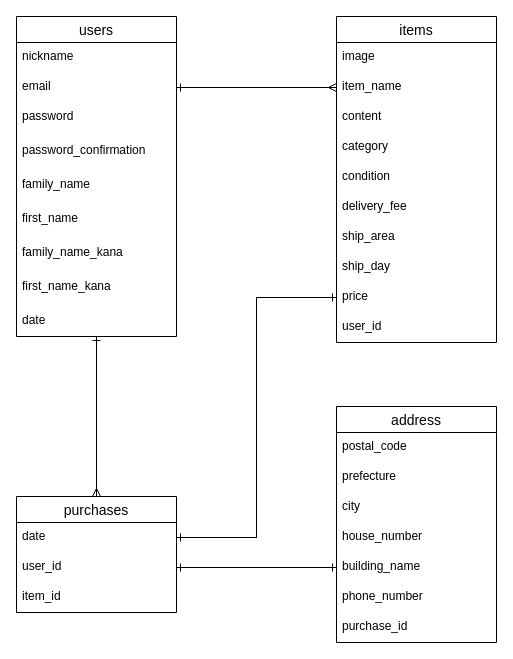
Earlier version of the draw.io diagram sample.dio (elbarca1969/furima-31692). Source tidied: cells renumbered, new cells numbered last; positions are measured from the earlier drawing's top-left corner, leaving out a move shared by most shapes. Both pictures are drawn from the tidied source at 100%, with x=0, y=0 at pixel (16, 16).
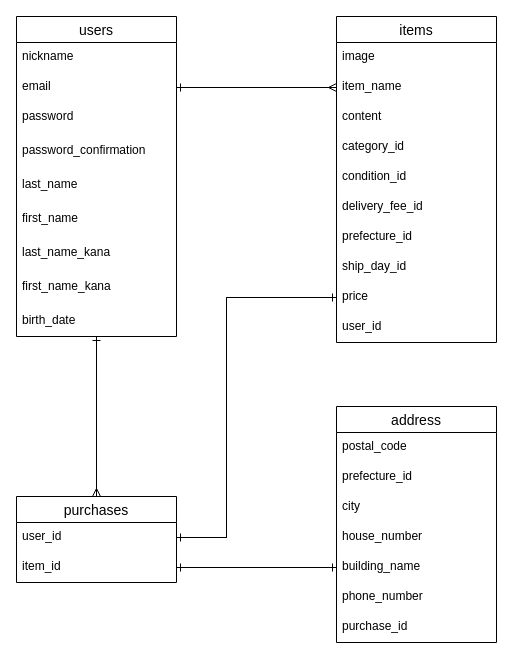
After the change.

Commit message (it also covers changes not shown here):
データベース設計修正2

Unchanged cells that the change refers to:
```xml
<mxCell id="2" value="items" style="swimlane;fontStyle=0;horizontal=1;startSize=26;align=center;fontSize=14;rounded=0;" parent="1" vertex="1">
  <mxGeometry x="320" width="160" height="326" as="geometry" />
</mxCell>
<mxCell id="11" value="price" style="text;strokeColor=none;fillColor=none;spacingLeft=4;spacingRight=4;overflow=hidden;points=[[0,0.5],[1,0.5]];portConstraint=eastwest;fontSize=12;" parent="2" vertex="1">
  <mxGeometry y="266" width="160" height="30" as="geometry" />
</mxCell>
<mxCell id="21" value="users" style="swimlane;fontStyle=0;horizontal=1;startSize=26;align=center;fontSize=14;" parent="1" vertex="1">
  <mxGeometry width="160" height="320" as="geometry" />
</mxCell>
<mxCell id="33" value="address" style="swimlane;fontStyle=0;horizontal=1;startSize=26;align=center;fontSize=14;rounded=0;" parent="1" vertex="1">
  <mxGeometry x="320" y="390" width="160" height="236" as="geometry" />
</mxCell>
<mxCell id="38" value="building_name" style="text;strokeColor=none;fillColor=none;spacingLeft=4;spacingRight=4;overflow=hidden;points=[[0,0.5],[1,0.5]];portConstraint=eastwest;fontSize=12;" parent="33" vertex="1">
  <mxGeometry y="146" width="160" height="30" as="geometry" />
</mxCell>
```

Diff of the diagram source:
```diff
@@
-    <mxCell id="6" value="category" style="text;strokeColor=none;fillColor=none;spacingLeft=4;spacingRight=4;overflow=hidden;fontSize=12;" parent="2" vertex="1">
+    <mxCell id="6" value="category_id" style="text;strokeColor=none;fillColor=none;spacingLeft=4;spacingRight=4;overflow=hidden;fontSize=12;" parent="2" vertex="1">
       <mxGeometry y="116" width="160" height="30" as="geometry" />
     </mxCell>
-    <mxCell id="7" value="condition" style="text;strokeColor=none;fillColor=none;spacingLeft=4;spacingRight=4;overflow=hidden;fontSize=12;" parent="2" vertex="1">
+    <mxCell id="7" value="condition_id" style="text;strokeColor=none;fillColor=none;spacingLeft=4;spacingRight=4;overflow=hidden;fontSize=12;" parent="2" vertex="1">
       <mxGeometry y="146" width="160" height="30" as="geometry" />
     </mxCell>
-    <mxCell id="8" value="delivery_fee" style="text;strokeColor=none;fillColor=none;spacingLeft=4;spacingRight=4;overflow=hidden;fontSize=12;" parent="2" vertex="1">
+    <mxCell id="8" value="delivery_fee_id" style="text;strokeColor=none;fillColor=none;spacingLeft=4;spacingRight=4;overflow=hidden;fontSize=12;" parent="2" vertex="1">
       <mxGeometry y="176" width="160" height="30" as="geometry" />
     </mxCell>
-    <mxCell id="9" value="ship_area" style="text;strokeColor=none;fillColor=none;spacingLeft=4;spacingRight=4;overflow=hidden;fontSize=12;" parent="2" vertex="1">
+    <mxCell id="9" value="prefecture_id" style="text;strokeColor=none;fillColor=none;spacingLeft=4;spacingRight=4;overflow=hidden;fontSize=12;" parent="2" vertex="1">
       <mxGeometry y="206" width="160" height="30" as="geometry" />
     </mxCell>
-    <mxCell id="10" value="ship_day" style="text;strokeColor=none;fillColor=none;spacingLeft=4;spacingRight=4;overflow=hidden;fontSize=12;" parent="2" vertex="1">
+    <mxCell id="10" value="ship_day_id" style="text;strokeColor=none;fillColor=none;spacingLeft=4;spacingRight=4;overflow=hidden;fontSize=12;" parent="2" vertex="1">
       <mxGeometry y="236" width="160" height="30" as="geometry" />
     </mxCell>
@@
     <mxCell id="16" value="purchases" style="swimlane;fontStyle=0;horizontal=1;startSize=26;align=center;fontSize=14;rounded=0;" parent="1" vertex="1">
-      <mxGeometry y="480" width="160" height="116" as="geometry" />
+      <mxGeometry y="480" width="160" height="86" as="geometry" />
     </mxCell>
-    <mxCell id="17" value="date" style="text;strokeColor=none;fillColor=none;spacingLeft=4;spacingRight=4;overflow=hidden;points=[[0,0.5],[1,0.5]];portConstraint=eastwest;fontSize=12;" parent="16" vertex="1">
-      <mxGeometry y="26" width="160" height="30" as="geometry" />
-    </mxCell>
     <mxCell id="18" value="user_id" style="text;strokeColor=none;fillColor=none;spacingLeft=4;spacingRight=4;overflow=hidden;points=[[0,0.5],[1,0.5]];portConstraint=eastwest;fontSize=12;" parent="16" vertex="1">
-      <mxGeometry y="56" width="160" height="30" as="geometry" />
+      <mxGeometry y="26" width="160" height="30" as="geometry" />
     </mxCell>
     <mxCell id="19" value="item_id" style="text;strokeColor=none;fillColor=none;spacingLeft=4;spacingRight=4;overflow=hidden;points=[[0,0.5],[1,0.5]];portConstraint=eastwest;fontSize=12;" parent="16" vertex="1">
-      <mxGeometry y="86" width="160" height="30" as="geometry" />
+      <mxGeometry y="56" width="160" height="30" as="geometry" />
     </mxCell>
@@
-    <mxCell id="26" value="family_name" style="text;strokeColor=none;fillColor=none;spacingLeft=4;spacingRight=4;overflow=hidden;fontSize=12;rounded=0;" parent="21" vertex="1">
+    <mxCell id="26" value="last_name" style="text;strokeColor=none;fillColor=none;spacingLeft=4;spacingRight=4;overflow=hidden;fontSize=12;rounded=0;" parent="21" vertex="1">
       <mxGeometry y="154" width="160" height="34" as="geometry" />
     </mxCell>
@@
-    <mxCell id="28" value="family_name_kana" style="text;strokeColor=none;fillColor=none;spacingLeft=4;spacingRight=4;overflow=hidden;fontSize=12;rounded=0;" parent="21" vertex="1">
+    <mxCell id="28" value="last_name_kana" style="text;strokeColor=none;fillColor=none;spacingLeft=4;spacingRight=4;overflow=hidden;fontSize=12;rounded=0;" parent="21" vertex="1">
       <mxGeometry y="222" width="160" height="34" as="geometry" />
     </mxCell>
@@
-    <mxCell id="30" value="date" style="text;strokeColor=none;fillColor=none;spacingLeft=4;spacingRight=4;overflow=hidden;points=[[0,0.5],[1,0.5]];portConstraint=eastwest;fontSize=12;rounded=0;" parent="21" vertex="1">
+    <mxCell id="30" value="birth_date" style="text;strokeColor=none;fillColor=none;spacingLeft=4;spacingRight=4;overflow=hidden;points=[[0,0.5],[1,0.5]];portConstraint=eastwest;fontSize=12;rounded=0;" parent="21" vertex="1">
       <mxGeometry y="290" width="160" height="30" as="geometry" />
     </mxCell>
-    <mxCell id="31" style="edgeStyle=orthogonalEdgeStyle;rounded=0;jettySize=auto;html=1;exitX=1;exitY=0.5;exitDx=0;exitDy=0;entryX=0;entryY=0.5;entryDx=0;entryDy=0;endArrow=ERone;endFill=0;strokeWidth=1;" parent="1" edge="1" source="17" target="11">
-      <mxGeometry relative="1" as="geometry" />
+    <mxCell id="31" style="edgeStyle=orthogonalEdgeStyle;rounded=0;jettySize=auto;html=1;exitX=1;exitY=0.5;exitDx=0;exitDy=0;entryX=0;entryY=0.5;entryDx=0;entryDy=0;endArrow=ERone;endFill=0;strokeWidth=1;" parent="1" edge="1" target="11">
+      <mxGeometry relative="1" as="geometry">
+        <mxPoint x="160" y="521" as="sourcePoint" />
+        <Array as="points">
+          <mxPoint x="210" y="521" />
+          <mxPoint x="210" y="281" />
+        </Array>
+      </mxGeometry>
     </mxCell>
-    <mxCell id="32" style="edgeStyle=orthogonalEdgeStyle;rounded=0;jettySize=auto;html=1;entryX=1;entryY=0.5;entryDx=0;entryDy=0;endArrow=ERone;endFill=0;strokeWidth=1;" parent="1" edge="1" source="11" target="17">
-      <mxGeometry relative="1" as="geometry" />
+    <mxCell id="32" style="edgeStyle=orthogonalEdgeStyle;rounded=0;jettySize=auto;html=1;entryX=1;entryY=0.5;entryDx=0;entryDy=0;endArrow=ERone;endFill=0;strokeWidth=1;" parent="1" edge="1" source="11">
+      <mxGeometry relative="1" as="geometry">
+        <mxPoint x="160" y="521" as="targetPoint" />
+        <Array as="points">
+          <mxPoint x="210" y="281" />
+          <mxPoint x="210" y="521" />
+        </Array>
+      </mxGeometry>
     </mxCell>
@@
-    <mxCell id="35" value="prefecture" style="text;strokeColor=none;fillColor=none;spacingLeft=4;spacingRight=4;overflow=hidden;fontSize=12;" parent="33" vertex="1">
+    <mxCell id="35" value="prefecture_id" style="text;strokeColor=none;fillColor=none;spacingLeft=4;spacingRight=4;overflow=hidden;fontSize=12;" parent="33" vertex="1">
       <mxGeometry y="56" width="160" height="30" as="geometry" />
     </mxCell>
@@
-    <mxCell id="41" style="edgeStyle=orthogonalEdgeStyle;rounded=0;jettySize=auto;html=1;endArrow=ERone;endFill=0;strokeWidth=1;" parent="1" edge="1" source="18" target="38">
-      <mxGeometry relative="1" as="geometry" />
-    </mxCell>
-    <mxCell id="42" style="edgeStyle=orthogonalEdgeStyle;rounded=0;jettySize=auto;html=1;entryX=1;entryY=0.5;entryDx=0;entryDy=0;endArrow=ERone;endFill=0;strokeWidth=1;" parent="1" edge="1" source="38" target="18">
+    <mxCell id="42" style="edgeStyle=orthogonalEdgeStyle;rounded=0;jettySize=auto;html=1;endArrow=ERone;endFill=0;strokeWidth=1;entryX=1;entryY=0.5;entryDx=0;entryDy=0;" parent="1" edge="1" source="38" target="19">
       <mxGeometry relative="1" as="geometry" />
     </mxCell>
+    <mxCell id="43" style="edgeStyle=orthogonalEdgeStyle;rounded=0;jettySize=auto;html=1;endArrow=ERone;endFill=0;strokeWidth=1;" parent="1" edge="1" source="19">
+      <mxGeometry relative="1" as="geometry">
+        <mxPoint x="320" y="551" as="targetPoint" />
+      </mxGeometry>
+    </mxCell>
```
